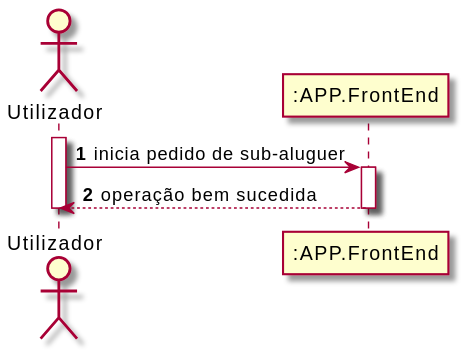
Above: Documentos/Sprint4/UC5/UC5_SSD.svg in UPskillDOTNET/Jakim-das-Coives-S.A. (PlantUML), before the change. The source it was exported from:
```plantuml
@startuml
autonumber
actor "Utilizador" as User
participant ":APP.FrontEnd" as FE

activate User
User -> FE : inicia pedido de sub-aluguer
activate FE

FE --> User : operação bem sucedida

deactivate FE

deactivate User
@enduml
```
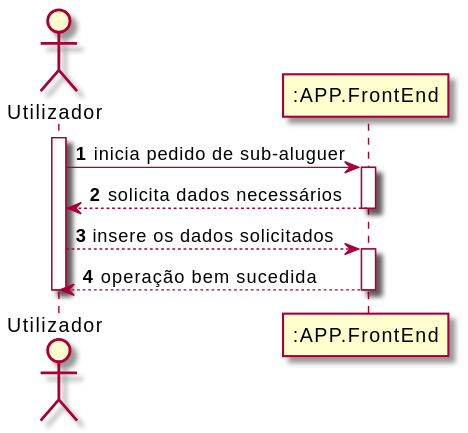
Above is the later version.

What changed in the source:
```diff
@@ -7,6 +7,12 @@
 User -> FE : inicia pedido de sub-aluguer
 activate FE
 
+FE --> User: solicita dados necessários
+deactivate FE
+
+User --> FE: insere os dados solicitados
+activate FE
+
 FE --> User : operação bem sucedida
 
 deactivate FE
```
